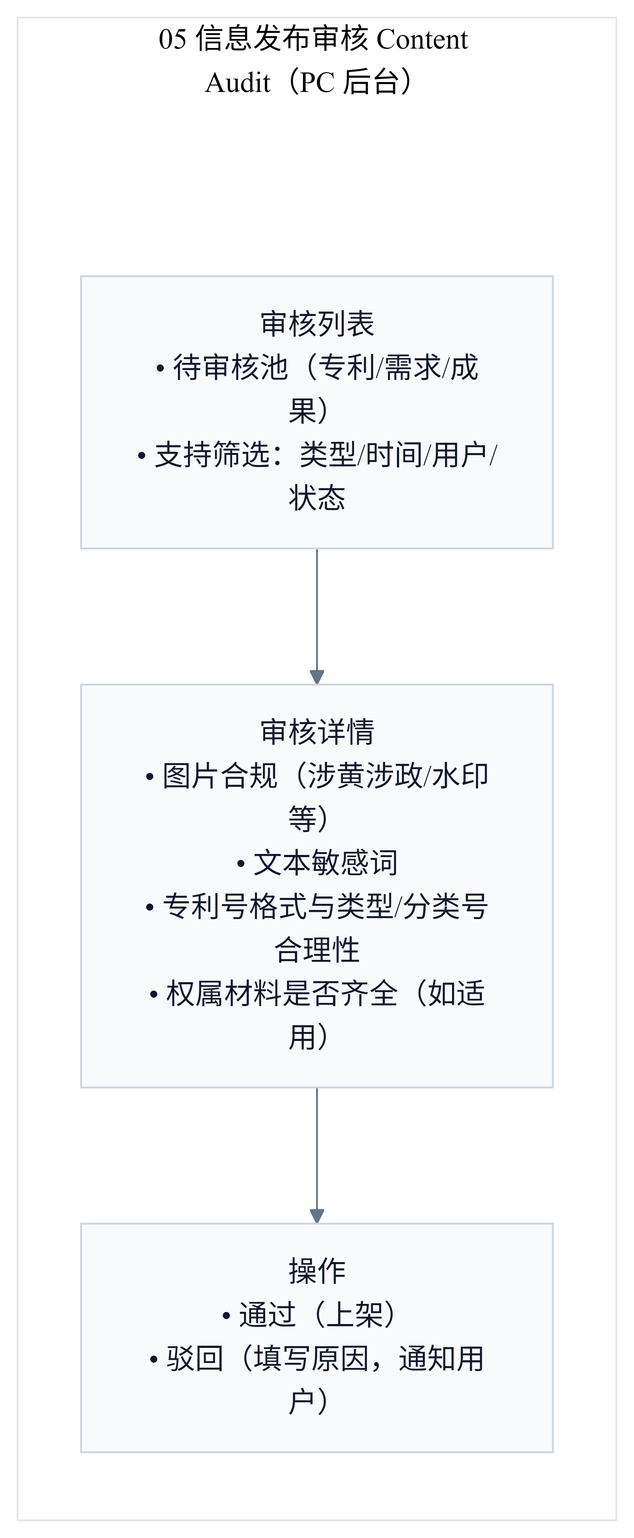
This is docs/demo/rendered/05-content-audit.png from Ming-1984/Ipmoney, a Mermaid export, as it was before one commit. Its source is kept beside it as docs/demo/pages/admin/05-content-audit.mmd. Its diagram source:
```mermaid
%%{init: {'theme':'base','flowchart': {'htmlLabels': true},'themeVariables': {'fontFamily': 'Inter, Microsoft YaHei, sans-serif','lineColor':'#64748B','primaryTextColor':'#0F172A','primaryBorderColor':'#CBD5E1','primaryColor':'#F8FAFC'}}}%%
flowchart TB
  subgraph P["05 信息发布审核 Content Audit（PC 后台）"]
    direction TB
    Pad[" "]:::pad
    List["审核列表<br/>• 待审核池（专利/需求/成果）<br/>• 支持筛选：类型/时间/用户/状态"]
    Detail["审核详情<br/>• 图片合规（涉黄涉政/水印等）<br/>• 文本敏感词<br/>• 专利号格式与类型/分类号合理性<br/>• 权属材料是否齐全（如适用）"]
    Actions["操作<br/>• 通过（上架）<br/>• 驳回（填写原因，通知用户）"]
    Pad --> List
    List --> Detail --> Actions
  end

  classDef pad fill:transparent,stroke:transparent,color:transparent;
  linkStyle 0 stroke:transparent,fill:transparent;
```
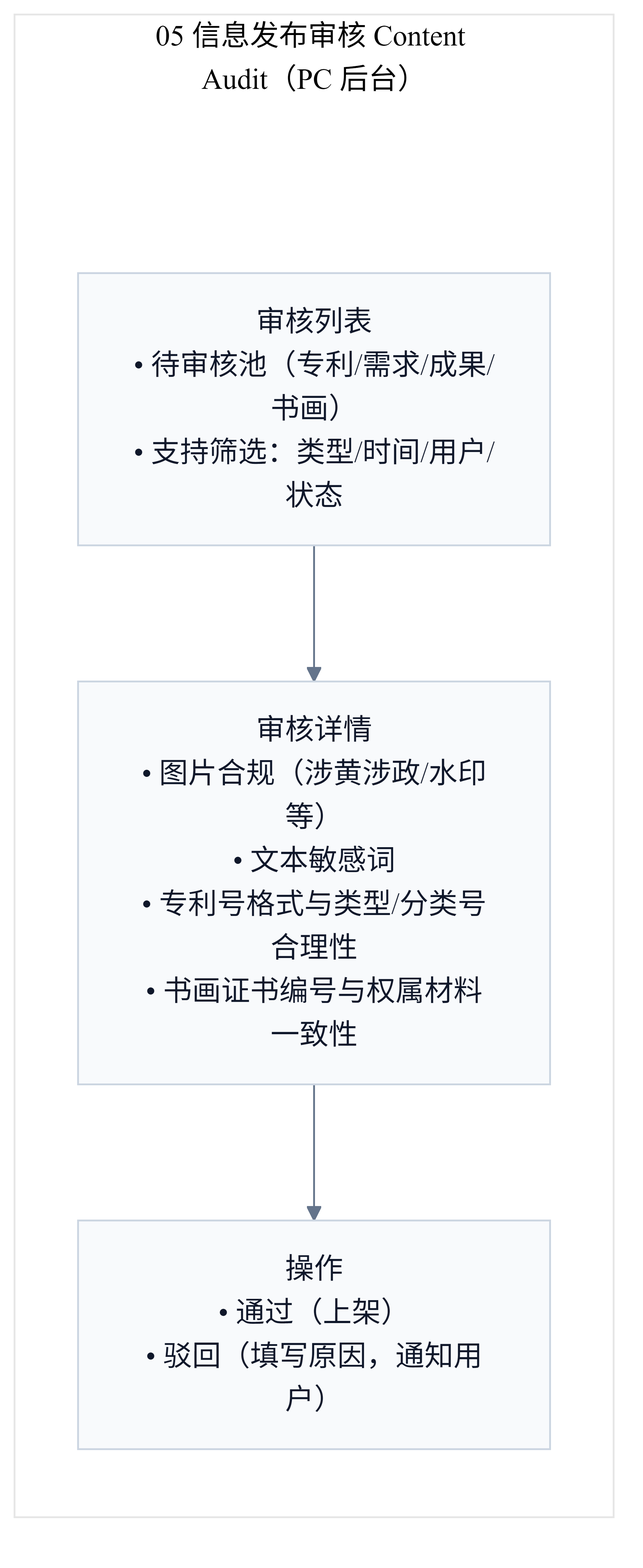
After the commit.

What changed in the source:
```diff
@@ -3,8 +3,8 @@
   subgraph P["05 信息发布审核 Content Audit（PC 后台）"]
     direction TB
     Pad[" "]:::pad
-    List["审核列表<br/>• 待审核池（专利/需求/成果）<br/>• 支持筛选：类型/时间/用户/状态"]
-    Detail["审核详情<br/>• 图片合规（涉黄涉政/水印等）<br/>• 文本敏感词<br/>• 专利号格式与类型/分类号合理性<br/>• 权属材料是否齐全（如适用）"]
+    List["审核列表<br/>• 待审核池（专利/需求/成果/书画）<br/>• 支持筛选：类型/时间/用户/状态"]
+    Detail["审核详情<br/>• 图片合规（涉黄涉政/水印等）<br/>• 文本敏感词<br/>• 专利号格式与类型/分类号合理性<br/>• 书画证书编号与权属材料一致性"]
     Actions["操作<br/>• 通过（上架）<br/>• 驳回（填写原因，通知用户）"]
     Pad --> List
     List --> Detail --> Actions
```
